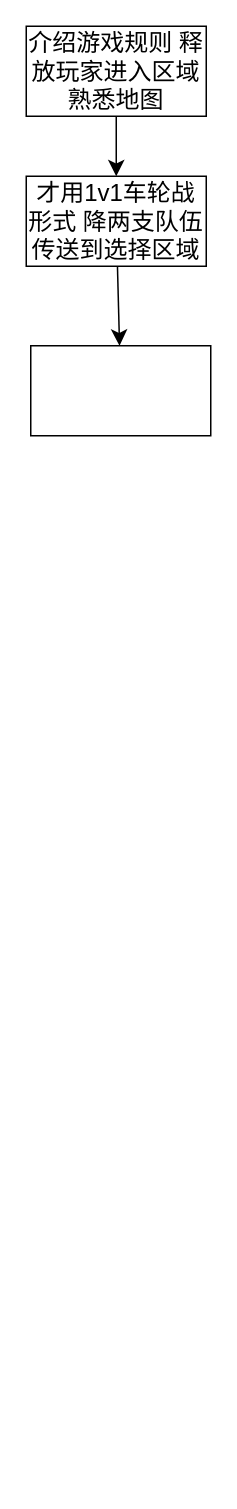
Earlier version of the draw.io diagram 小游戏/parkour tag.drawio (nothing-championship/what-it-this). Source tidied: cells renumbered, new cells numbered last; positions are measured from the earlier drawing's top-left corner, leaving out a move shared by most shapes. Both pictures are drawn from the tidied source at 150%, with x=0, y=0 at pixel (26, 26).
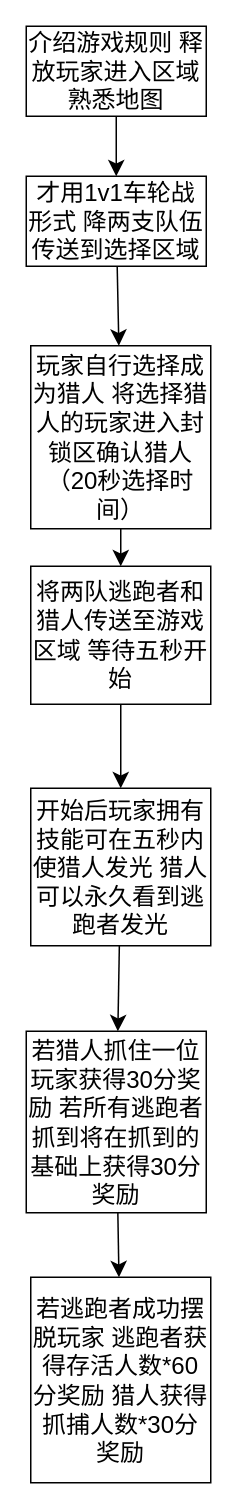
The same page after the edit.

What changed in the source:
```diff
@@
 <mxGraphModel>
   <root>
     <mxCell id="0" />
     <mxCell id="1" parent="0" />
     <mxCell id="2" style="edgeStyle=none;curved=1;rounded=0;jettySize=auto;html=1;fontSize=12;startSize=8;endSize=8;" parent="1" edge="1" source="3" target="5">
       <mxGeometry relative="1" as="geometry" />
     </mxCell>
     <mxCell id="3" value="介绍游戏规则 释放玩家进入区域熟悉地图" style="whiteSpace=wrap;html=1;fontSize=16;" parent="1" vertex="1">
       <mxGeometry width="120" height="60" as="geometry" />
     </mxCell>
     <mxCell id="4" style="edgeStyle=none;curved=1;rounded=0;jettySize=auto;html=1;fontSize=12;startSize=8;endSize=8;" parent="1" edge="1" source="5" target="6">
       <mxGeometry relative="1" as="geometry" />
     </mxCell>
     <mxCell id="5" value="才用1v1车轮战形式 降两支队伍传送到选择区域" style="whiteSpace=wrap;html=1;fontSize=16;" parent="1" vertex="1">
       <mxGeometry y="100" width="120" height="60" as="geometry" />
     </mxCell>
+    <mxCell id="7" style="edgeStyle=none;curved=1;rounded=0;jettySize=auto;html=1;fontSize=12;startSize=8;endSize=8;" parent="1" edge="1" source="6" target="9">
+      <mxGeometry relative="1" as="geometry" />
+    </mxCell>
-    <mxCell id="6" style="whiteSpace=wrap;html=1;fontSize=16;" parent="1" vertex="1">
-      <mxGeometry x="3" y="213" width="120" height="60" as="geometry" />
+    <mxCell id="6" value="玩家自行选择成为猎人 将选择猎人的玩家进入封锁区确认猎人（20秒选择时间）" style="whiteSpace=wrap;html=1;fontSize=16;" parent="1" vertex="1">
+      <mxGeometry x="3" y="213" width="120" height="122" as="geometry" />
     </mxCell>
+    <mxCell id="8" style="edgeStyle=none;curved=1;rounded=0;jettySize=auto;html=1;fontSize=12;startSize=8;endSize=8;" parent="1" edge="1" source="9" target="11">
+      <mxGeometry relative="1" as="geometry" />
+    </mxCell>
+    <mxCell id="9" value="将两队逃跑者和猎人传送至游戏区域 等待五秒开始" style="whiteSpace=wrap;html=1;fontSize=16;" parent="1" vertex="1">
+      <mxGeometry x="3" y="360" width="120" height="92" as="geometry" />
+    </mxCell>
+    <mxCell id="10" style="edgeStyle=none;curved=1;rounded=0;jettySize=auto;html=1;fontSize=12;startSize=8;endSize=8;" parent="1" edge="1" source="11" target="13">
+      <mxGeometry relative="1" as="geometry" />
+    </mxCell>
+    <mxCell id="11" value="开始后玩家拥有技能可在五秒内使猎人发光 猎人可以永久看到逃跑者发光" style="whiteSpace=wrap;html=1;fontSize=16;" parent="1" vertex="1">
+      <mxGeometry x="3" y="508" width="120" height="105" as="geometry" />
+    </mxCell>
+    <mxCell id="12" style="edgeStyle=none;curved=1;rounded=0;jettySize=auto;html=1;fontSize=12;startSize=8;endSize=8;" parent="1" edge="1" source="13" target="14">
+      <mxGeometry relative="1" as="geometry" />
+    </mxCell>
+    <mxCell id="13" value="若猎人抓住一位玩家获得30分奖励 若所有逃跑者抓到将在抓到的基础上获得30分奖励" style="whiteSpace=wrap;html=1;fontSize=16;" parent="1" vertex="1">
+      <mxGeometry y="670" width="120" height="121" as="geometry" />
+    </mxCell>
+    <mxCell id="14" value="若逃跑者成功摆脱玩家 逃跑者获得存活人数*60分奖励 猎人获得抓捕人数*30分奖励" style="whiteSpace=wrap;html=1;fontSize=16;" parent="1" vertex="1">
+      <mxGeometry x="3" y="834" width="120" height="137" as="geometry" />
+    </mxCell>
   </root>
 </mxGraphModel>
```
